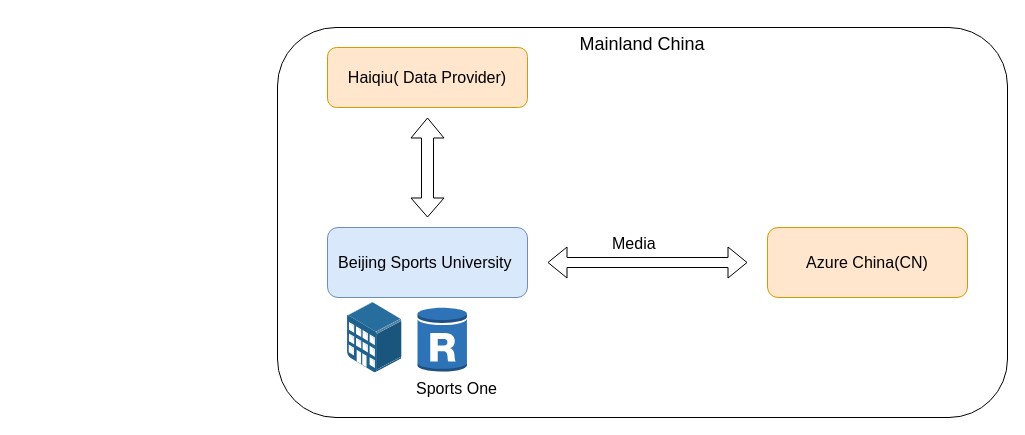
Above: SportsOne/CCSL Network Diagram.drawio in wosary1984/draw.io (draw.io), before the change. Source tidied: cells renumbered, new cells numbered last; positions are measured from the earlier drawing's top-left corner, leaving out a move shared by most shapes. Both pictures are drawn from the tidied source at 100%, with x=0, y=0 at pixel (277, 27).
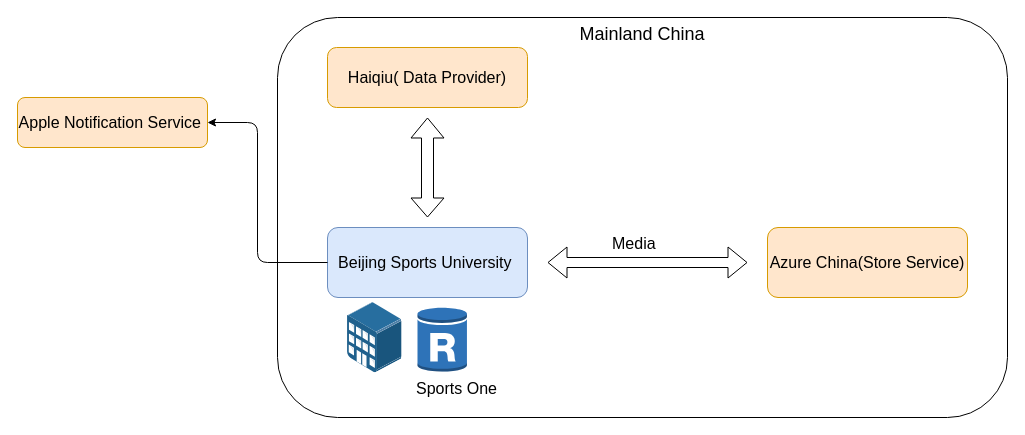
Above is the later version.

What changed in the source:
```diff
@@
 <mxGraphModel>
   <root>
     <mxCell id="0" />
     <mxCell id="1" parent="0" />
     <mxCell id="2" value="Mainland China" style="rounded=1;whiteSpace=wrap;html=1;strokeWidth=1;horizontal=1;verticalAlign=top;shadow=0;fontSize=18;" parent="1" vertex="1">
-      <mxGeometry width="730" height="390" as="geometry" />
+      <mxGeometry y="-10" width="730" height="400" as="geometry" />
     </mxCell>
     <mxCell id="3" value="&lt;span style=&quot;white-space: normal; font-size: 16px;&quot;&gt;Beijing Sports University&amp;nbsp;&lt;/span&gt;" style="rounded=1;whiteSpace=wrap;html=1;strokeWidth=1;horizontal=1;verticalAlign=middle;shadow=0;fontSize=16;fillColor=#dae8fc;strokeColor=#6c8ebf;" parent="1" vertex="1">
       <mxGeometry x="50" y="200" width="200" height="70" as="geometry" />
     </mxCell>
     <mxCell id="4" style="html=1;align=center;shadow=0;dashed=0;image;image=img/lib/allied_telesis/buildings/Medium_Business_Building.svg;rounded=1;strokeWidth=1;fontSize=16;imageBackground=#ffffff;" parent="1" vertex="1">
       <mxGeometry x="70" y="275" width="54.6" height="70.2" as="geometry" />
     </mxCell>
     <mxCell id="5" style="dashed=0;verticalLabelPosition=bottom;verticalAlign=top;align=center;html=1;shape=mxgraph.aws3.rds_db_instance_read_replica;fillColor=#2E73B8;gradientColor=none;rounded=1;shadow=0;strokeWidth=1;fontSize=16;" parent="1" vertex="1">
       <mxGeometry x="140" y="279" width="49.5" height="66" as="geometry" />
     </mxCell>
     <mxCell id="6" value="Sports One" style="text;html=1;fontSize=16;" parent="1" vertex="1">
       <mxGeometry x="136.5" y="345" width="87" height="30" as="geometry" />
     </mxCell>
-    <mxCell id="7" value="&lt;span style=&quot;white-space: normal ; font-size: 16px&quot;&gt;Azure China(CN)&lt;/span&gt;" style="rounded=1;whiteSpace=wrap;html=1;strokeWidth=1;horizontal=1;verticalAlign=middle;shadow=0;fontSize=16;fillColor=#ffe6cc;strokeColor=#d79b00;" parent="1" vertex="1">
+    <mxCell id="7" value="&lt;span style=&quot;white-space: normal ; font-size: 16px&quot;&gt;Azure China(Store Service)&lt;/span&gt;" style="rounded=1;whiteSpace=wrap;html=1;strokeWidth=1;horizontal=1;verticalAlign=middle;shadow=0;fontSize=16;fillColor=#ffe6cc;strokeColor=#d79b00;" parent="1" vertex="1">
       <mxGeometry x="490" y="200" width="200" height="70" as="geometry" />
     </mxCell>
     <mxCell id="8" style="shape=flexArrow;endArrow=classic;startArrow=classic;html=1;fontSize=16;" parent="1" edge="1">
       <mxGeometry relative="1" as="geometry">
         <mxPoint x="270" y="235" as="sourcePoint" />
         <mxPoint x="470" y="235" as="targetPoint" />
       </mxGeometry>
     </mxCell>
     <mxCell id="9" value="Media" style="text;html=1;fontSize=16;" parent="1" vertex="1">
       <mxGeometry x="332.5" y="200" width="65" height="30" as="geometry" />
     </mxCell>
     <mxCell id="10" value="&lt;span style=&quot;white-space: normal ; font-size: 16px&quot;&gt;Haiqiu( Data Provider)&lt;/span&gt;" style="rounded=1;whiteSpace=wrap;html=1;strokeWidth=1;horizontal=1;verticalAlign=middle;shadow=0;fontSize=16;fillColor=#ffe6cc;strokeColor=#d79b00;" parent="1" vertex="1">
       <mxGeometry x="50" y="20" width="200" height="60" as="geometry" />
     </mxCell>
     <mxCell id="11" style="shape=flexArrow;endArrow=classic;startArrow=classic;html=1;fontSize=16;width=12;startSize=6.33;" parent="1" edge="1">
       <mxGeometry relative="1" as="geometry">
         <mxPoint x="150" y="90" as="sourcePoint" />
         <mxPoint x="150" y="190" as="targetPoint" />
       </mxGeometry>
     </mxCell>
+    <mxCell id="12" value="&lt;span style=&quot;white-space: normal ; font-size: 16px&quot;&gt;Apple Notification Service&amp;nbsp;&lt;/span&gt;" style="rounded=1;whiteSpace=wrap;html=1;strokeWidth=1;horizontal=1;verticalAlign=middle;shadow=0;fontSize=16;fillColor=#ffe6cc;strokeColor=#d79b00;" parent="1" vertex="1">
+      <mxGeometry x="-260" y="70" width="190" height="50" as="geometry" />
+    </mxCell>
+    <mxCell id="13" style="edgeStyle=elbowEdgeStyle;elbow=horizontal;endArrow=classic;html=1;fontSize=18;entryX=1;entryY=0.5;entryDx=0;entryDy=0;" parent="1" edge="1" source="3" target="12">
+      <mxGeometry relative="1" as="geometry">
+        <Array as="points">
+          <mxPoint x="-20" y="160" />
+        </Array>
+      </mxGeometry>
+    </mxCell>
   </root>
 </mxGraphModel>
```
